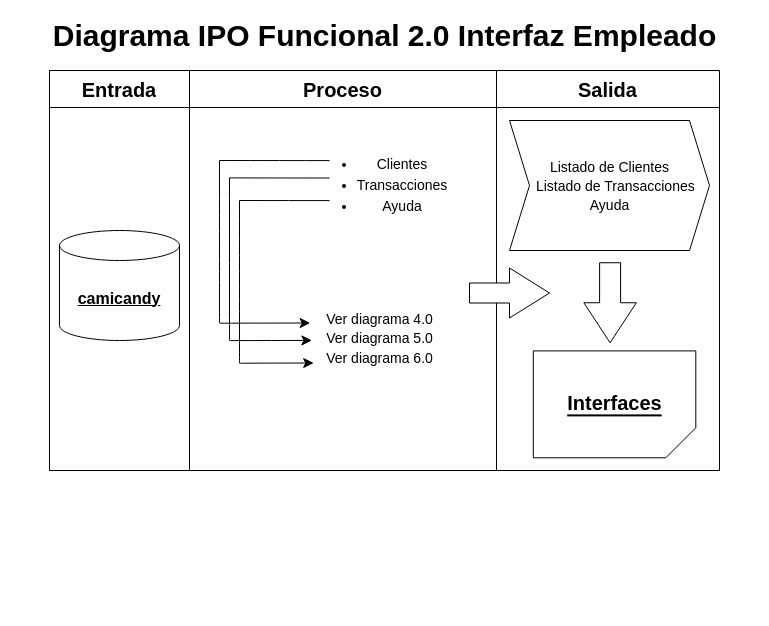
jurdanetac/ingsoftware keeps this draw.io diagram as page "2.0 - Interfaz empleado" (1 of 10) of Documentos/Diagramas_HIPO/HIPO_Funcionales.drawio. Above is the earlier version. Source tidied: cells renumbered, new cells numbered last; positions are measured from the earlier drawing's top-left corner, leaving out a move shared by most shapes. Both pictures are drawn from the tidied source at 100%, with x=0, y=0 at pixel (17, 20).
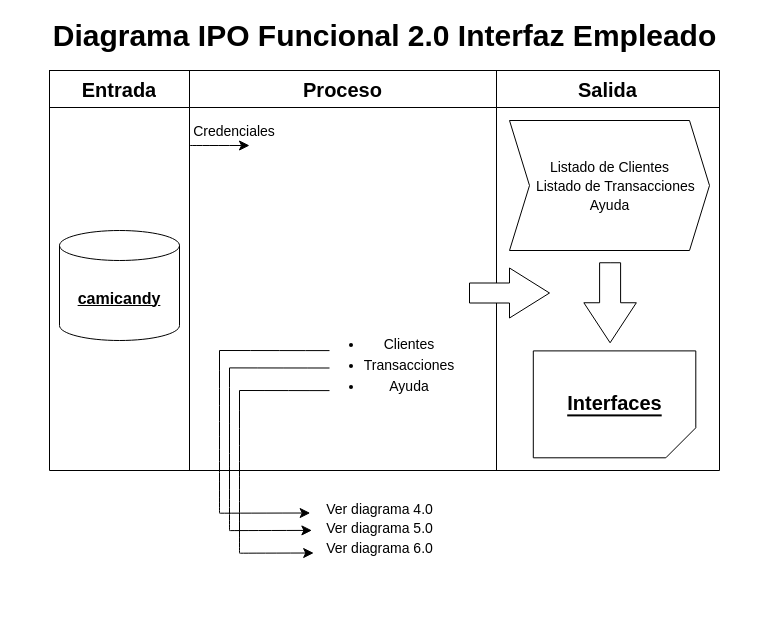
The same page after the edit.

What changed in the source:
```diff
@@
     <mxCell id="14" value="&lt;div&gt;&lt;span style=&quot;font-size: 14px;&quot;&gt;&lt;br&gt;&lt;/span&gt;&lt;/div&gt;&lt;ul style=&quot;line-height: 150%; font-size: 14px;&quot;&gt;&lt;li&gt;Clientes&lt;/li&gt;&lt;li&gt;Transacciones&lt;/li&gt;&lt;li&gt;Ayuda&lt;/li&gt;&lt;/ul&gt;" style="text;html=1;align=center;verticalAlign=middle;whiteSpace=wrap;rounded=0;fontSize=16;" parent="1" vertex="1">
-      <mxGeometry x="295" y="80" width="140" height="150" as="geometry" />
+      <mxGeometry x="302" y="260" width="140" height="150" as="geometry" />
     </mxCell>
     <mxCell id="15" value="&lt;font style=&quot;font-size: 14px;&quot;&gt;Ver diagrama 4.0&lt;/font&gt;&lt;div&gt;&lt;span style=&quot;font-size: 14px;&quot;&gt;Ver diagrama 5.0&lt;/span&gt;&lt;/div&gt;&lt;div&gt;&lt;span style=&quot;font-size: 14px; background-color: initial;&quot;&gt;Ver diagram&lt;/span&gt;&lt;span style=&quot;color: rgba(0, 0, 0, 0); font-family: monospace; font-size: 0px; text-align: start; text-wrap: nowrap; background-color: initial;&quot;&gt;hModel%3E%3Croot%3E%3CmxCell%20id%3D%220%22%2F%3E%3CmxCell%20id%3D%221%22%20parent%3D%220%22%2F%3E%3CmxCell%20id%3D%222%22%20value%3D%22%22%20style%3D%22endArrow%3Dnone%3Bhtml%3D1%3Brounded%3D0%3BfontSize%3D12%3BstartSize%3D8%3BendSize%3D8%3Bcurved%3D1%3BexitX%3D0.224%3BexitY%3D0.311%3BexitDx%3D0%3BexitDy%3D0%3BexitPerimeter%3D0%3B%22%20edge%3D%221%22%20parent%3D%221%22%3E%3CmxGeometry%20width%3D%2250%22%20height%3D%2250%22%20relative%3D%221%22%20as%3D%22geometry%22%3E%3CmxPoint%20x%3D%22240%22%20y%3D%22440%22%20as%3D%22sourcePoint%22%2F%3E%3CmxPoint%20x%3D%22324.99571428571426%22%20y%3D%22440%22%20as%3D%22targetPoint%22%2F%3E%3C%2FmxGeometry%3E%3C%2FmxCell%3E%3C%2Froot%3E%3C%2FmxGraphModel%3E&lt;/span&gt;&lt;span style=&quot;background-color: initial; font-size: 14px;&quot;&gt;a 6.0&lt;/span&gt;&lt;/div&gt;&lt;div&gt;&lt;font style=&quot;font-size: 14px;&quot;&gt;&lt;br&gt;&lt;/font&gt;&lt;/div&gt;" style="text;html=1;align=center;verticalAlign=middle;whiteSpace=wrap;rounded=0;fontSize=16;" parent="1" vertex="1">
-      <mxGeometry x="295" y="256" width="135" height="142.5" as="geometry" />
+      <mxGeometry x="295" y="446" width="135" height="142.5" as="geometry" />
     </mxCell>
     <mxCell id="16" style="group;" parent="1" vertex="1">
-      <mxGeometry x="202" y="140" width="110" height="162.7" as="geometry" />
+      <mxGeometry x="202" y="330" width="110" height="162.7" as="geometry" />
     </mxCell>
@@
     <mxCell id="20" style="group;" parent="1" vertex="1">
-      <mxGeometry x="212" y="157.4" width="100" height="162.7" as="geometry" />
+      <mxGeometry x="212" y="347.4" width="100" height="162.7" as="geometry" />
     </mxCell>
@@
     <mxCell id="24" style="group;" parent="1" vertex="1">
-      <mxGeometry x="222" y="180" width="90" height="162.7" as="geometry" />
+      <mxGeometry x="222" y="370" width="90" height="162.7" as="geometry" />
     </mxCell>
@@
+    <mxCell id="32" value="&lt;span style=&quot;font-size: 14px;&quot;&gt;Credenciales&lt;/span&gt;" style="text;html=1;align=center;verticalAlign=middle;whiteSpace=wrap;rounded=0;fontSize=16;" parent="1" vertex="1">
+      <mxGeometry x="172" y="100" width="90" height="20" as="geometry" />
+    </mxCell>
+    <mxCell id="33" style="endArrow=classic;html=1;rounded=0;fontSize=12;startSize=8;endSize=8;curved=1;" parent="1" edge="1">
+      <mxGeometry relative="1" as="geometry">
+        <mxPoint x="172" y="125" as="sourcePoint" />
+        <mxPoint x="232" y="125" as="targetPoint" />
+      </mxGeometry>
+    </mxCell>
```
